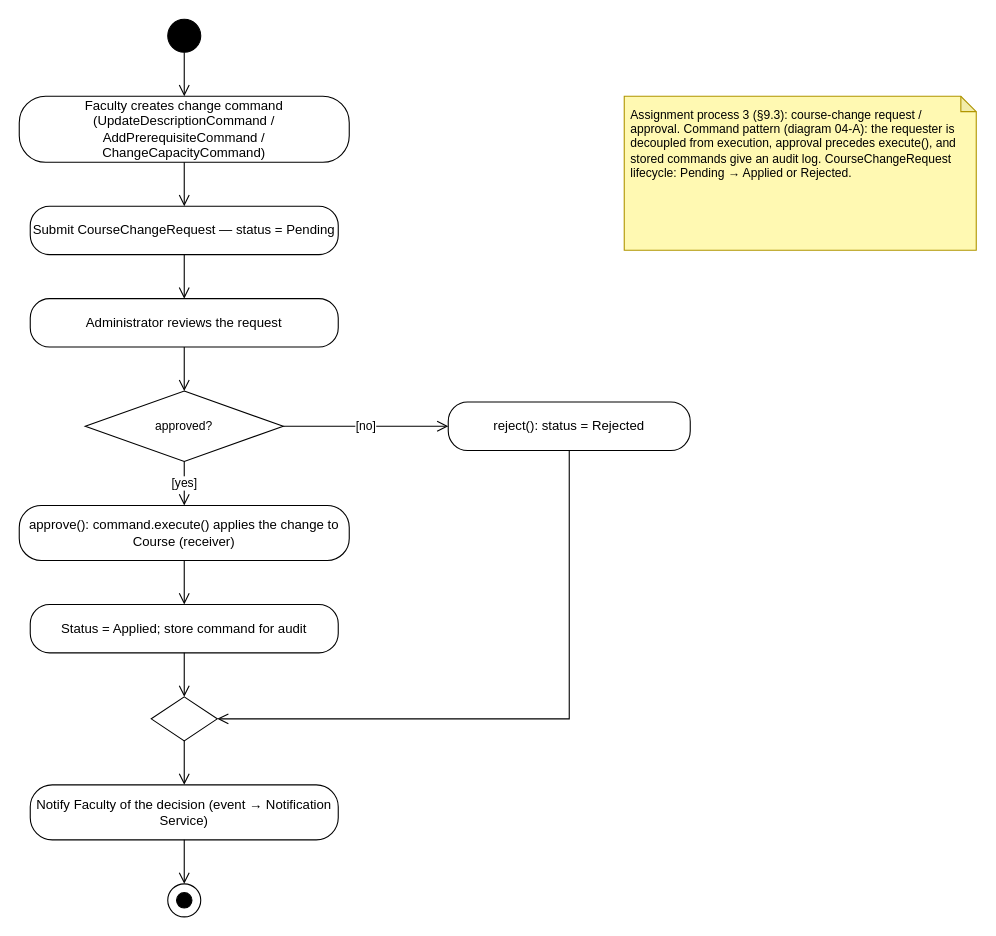
This is Diagrams/Activity_diagrams/act-2-course.drawio from Tharusha-dev/soft_architect_redda, a draw.io file, before an edit. Source tidied: cells renumbered, new cells numbered last; positions are measured from the earlier drawing's top-left corner, leaving out a move shared by most shapes. Both pictures are drawn from the tidied source at 110%, with x=0, y=0 at pixel (19, 19).
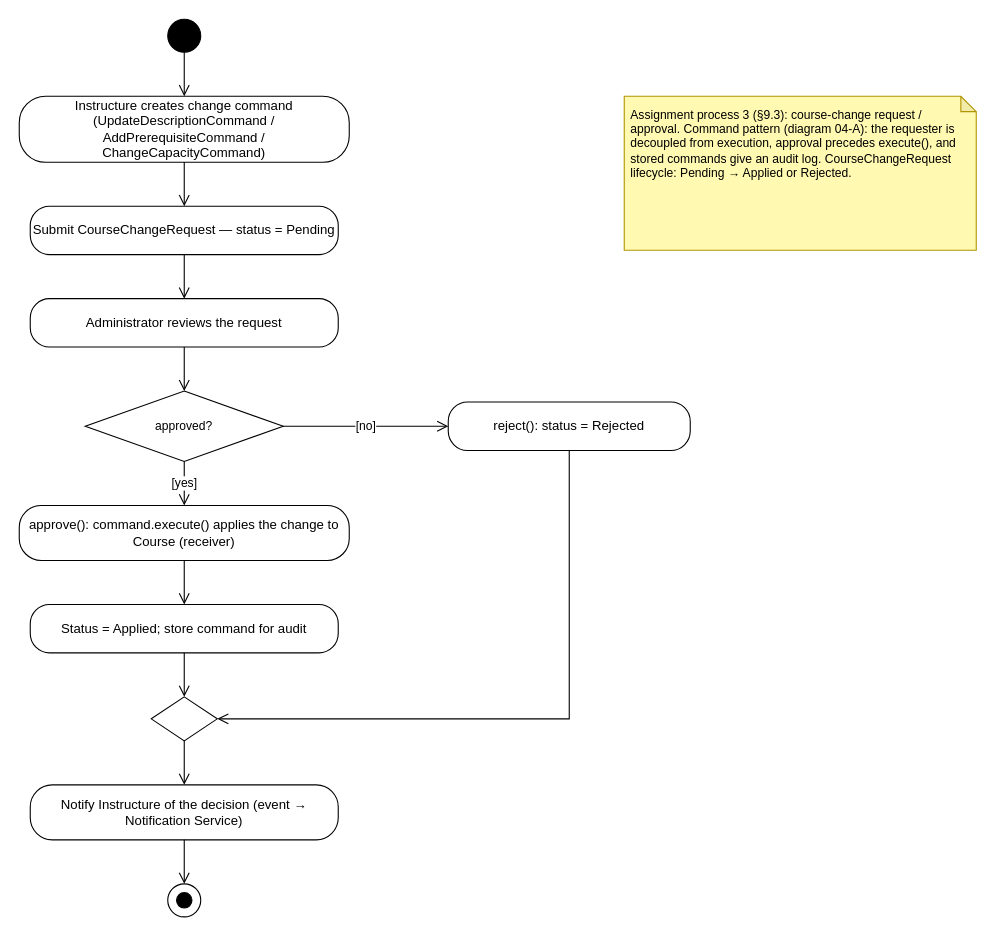
Above is the later version.

The edit, as a diff of the source:
```diff
@@
-    <mxCell id="3" value="Faculty creates change command (UpdateDescriptionCommand / AddPrerequisiteCommand / ChangeCapacityCommand)" style="rounded=1;whiteSpace=wrap;html=1;arcSize=40;" parent="1" vertex="1">
+    <mxCell id="3" value="Instructure creates change command (UpdateDescriptionCommand / AddPrerequisiteCommand / ChangeCapacityCommand)" style="rounded=1;whiteSpace=wrap;html=1;arcSize=40;" parent="1" vertex="1">
       <mxGeometry y="70" width="300" height="60" as="geometry" />
     </mxCell>
@@
-    <mxCell id="11" value="Notify Faculty of the decision (event → Notification Service)" style="rounded=1;whiteSpace=wrap;html=1;arcSize=40;" parent="1" vertex="1">
+    <mxCell id="11" value="Notify Instructure of the decision (event → Notification Service)" style="rounded=1;whiteSpace=wrap;html=1;arcSize=40;" parent="1" vertex="1">
       <mxGeometry x="10" y="696" width="280" height="50" as="geometry" />
     </mxCell>
```
